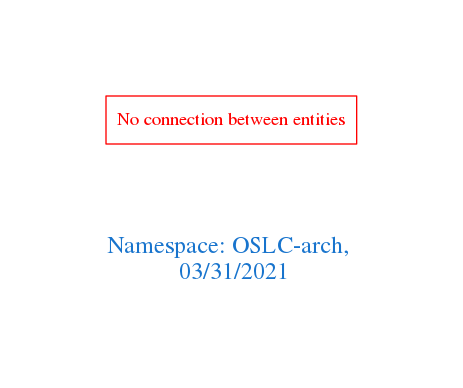
Earlier version of the Graphviz export downloads/OSLC-arch.png (arago/OGIT). Its source is kept beside it as downloads/OSLC-arch.dot.
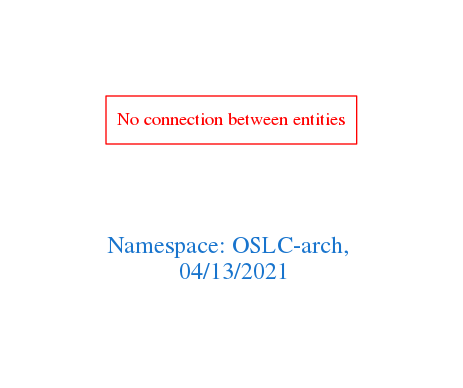
After the commit.

What changed in the source:
```diff
@@ -1,7 +1,7 @@
 digraph OGIT_ontology {
  graph [ rankdir= LR,pad=1
 fontsize = 18,
-fontcolor= dodgerblue3,label = "\n\n\nNamespace: OSLC-arch, \n 03/31/2021"];
+fontcolor= dodgerblue3,label = "\n\n\nNamespace: OSLC-arch, \n 04/13/2021"];
 node[shape=polygon];
 edge [  color="gray81"];
 
```
